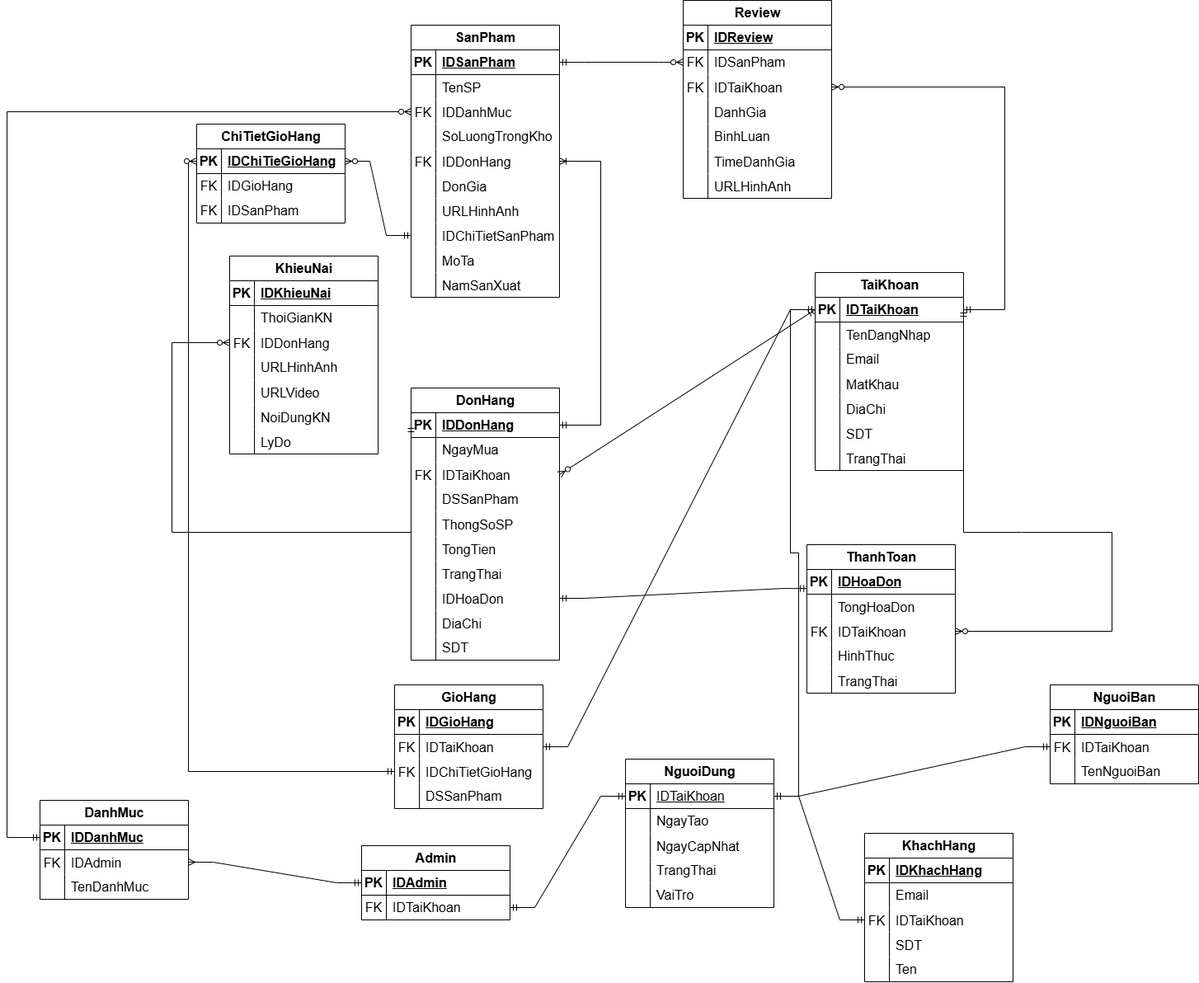
Earlier version of the draw.io export Database Design/erd.drawio.png (hunganh1310/-PTTKHT-E-Commerce-Website). Source tidied: cells renumbered, new cells last; positions are measured from the earlier drawing's top-left corner, leaving out a move shared by most shapes.
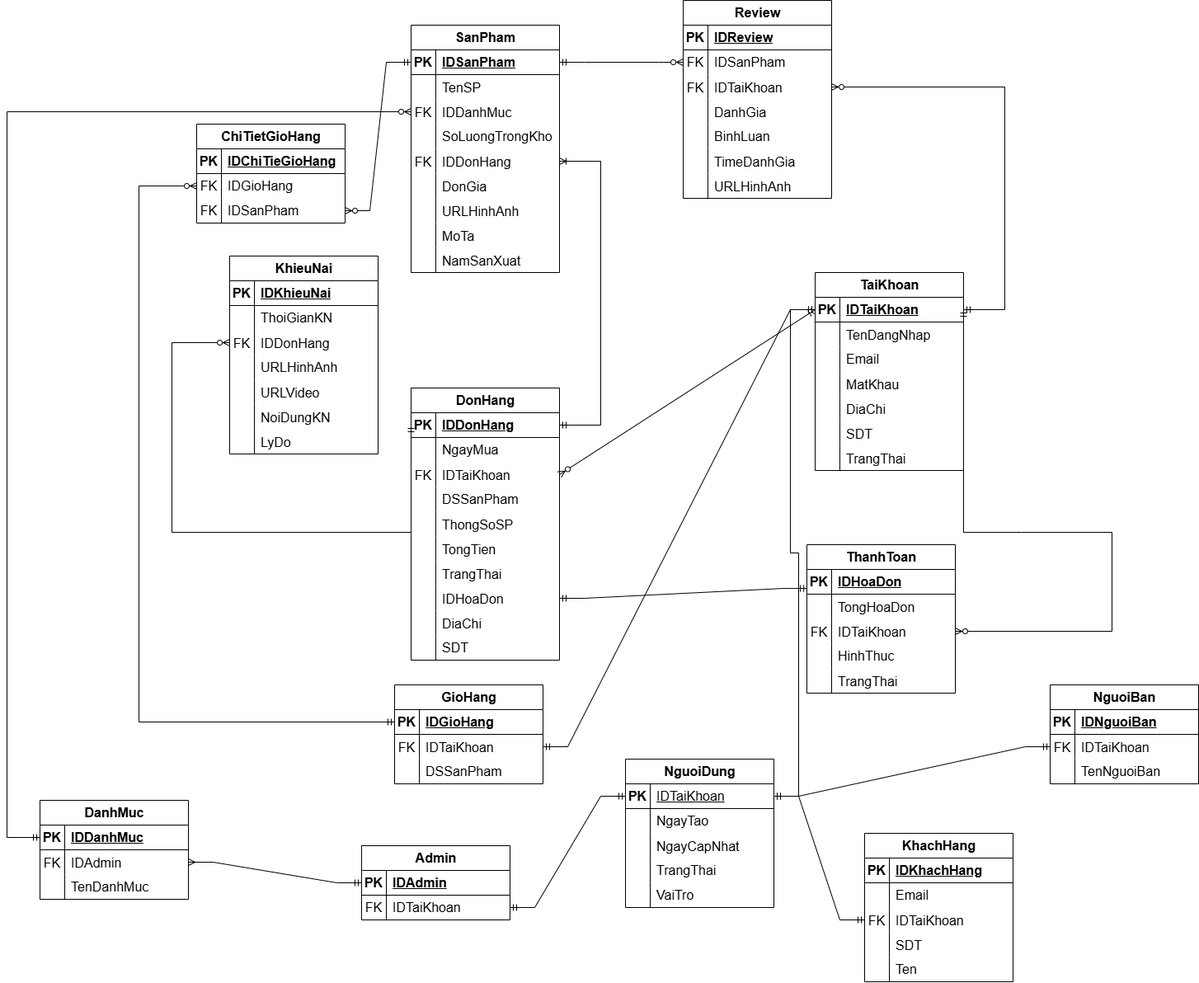
The same diagram one commit later.

Diff of the diagram source:
```diff
@@ -177,7 +177,7 @@
       <mxGeometry x="30" width="150" height="30" as="geometry" />
     </mxCell>
     <mxCell id="60" value="GioHang" style="shape=table;startSize=30;rowLines=0;fontStyle=1;align=center;html=1;fontSize=16;" parent="1" vertex="1">
-      <mxGeometry x="570" y="830" width="180" height="150" as="geometry" />
+      <mxGeometry x="570" y="830" width="180" height="120" as="geometry" />
     </mxCell>
     <mxCell id="61" style="shape=tableRow;horizontal=0;startSize=0;swimlaneHead=0;swimlaneBody=0;fillColor=none;points=[[0,0.5],[1,0.5]];portConstraint=eastwest;top=0;left=0;right=0;bottom=1;fontSize=16;" parent="60" vertex="1">
       <mxGeometry y="30" width="180" height="30" as="geometry" />
@@ -197,17 +197,8 @@
     <mxCell id="66" value="IDTaiKhoan " style="shape=partialRectangle;fillColor=none;top=0;left=0;bottom=0;right=0;align=left;spacingLeft=6;overflow=hidden;fontSize=16;" parent="64" vertex="1">
       <mxGeometry x="30" width="150" height="30" as="geometry" />
     </mxCell>
-    <mxCell id="67" style="shape=tableRow;horizontal=0;startSize=0;swimlaneHead=0;swimlaneBody=0;fillColor=none;points=[[0,0.5],[1,0.5]];portConstraint=eastwest;top=0;left=0;right=0;bottom=0;fontSize=16;" parent="60" vertex="1">
-      <mxGeometry y="90" width="180" height="30" as="geometry" />
-    </mxCell>
-    <mxCell id="68" value="FK" style="shape=partialRectangle;fillColor=none;top=0;left=0;bottom=0;right=0;overflow=hidden;fontSize=16;" parent="67" vertex="1">
-      <mxGeometry width="30" height="30" as="geometry" />
-    </mxCell>
-    <mxCell id="69" value="IDChiTietGioHang" style="shape=partialRectangle;fillColor=none;top=0;left=0;bottom=0;right=0;align=left;spacingLeft=6;overflow=hidden;fontSize=16;" parent="67" vertex="1">
-      <mxGeometry x="30" width="150" height="30" as="geometry" />
-    </mxCell>
     <mxCell id="70" style="shape=tableRow;horizontal=0;startSize=0;swimlaneHead=0;swimlaneBody=0;fillColor=none;top=0;left=0;right=0;bottom=0;fontSize=16;" parent="60" vertex="1">
-      <mxGeometry y="120" width="180" height="30" as="geometry" />
+      <mxGeometry y="90" width="180" height="30" as="geometry" />
     </mxCell>
     <mxCell id="71" style="shape=partialRectangle;fillColor=none;top=0;left=0;bottom=0;right=0;overflow=hidden;whiteSpace=wrap;html=1;fontSize=16;" parent="70" vertex="1">
       <mxGeometry width="30" height="30" as="geometry" />
@@ -489,7 +480,7 @@
       <mxGeometry x="30" width="150" height="30" as="geometry" />
     </mxCell>
     <mxCell id="164" value="SanPham" style="shape=table;startSize=30;rowLines=0;fontStyle=1;align=center;html=1;fontSize=16;" parent="1" vertex="1">
-      <mxGeometry x="590" y="30" width="180" height="330" as="geometry" />
+      <mxGeometry x="590" y="30" width="180" height="300" as="geometry" />
     </mxCell>
     <mxCell id="165" style="shape=tableRow;horizontal=0;startSize=0;swimlaneHead=0;swimlaneBody=0;fillColor=none;points=[[0,0.5],[1,0.5]];portConstraint=eastwest;top=0;left=0;right=0;bottom=1;fontSize=16;" parent="164" vertex="1">
       <mxGeometry y="30" width="180" height="30" as="geometry" />
@@ -554,17 +545,8 @@
     <mxCell id="185" value="URLHinhAnh" style="shape=partialRectangle;fillColor=none;top=0;left=0;bottom=0;right=0;align=left;spacingLeft=6;overflow=hidden;fontSize=16;" parent="183" vertex="1">
       <mxGeometry x="30" width="150" height="30" as="geometry" />
     </mxCell>
-    <mxCell id="186" style="shape=tableRow;horizontal=0;startSize=0;swimlaneHead=0;swimlaneBody=0;fillColor=none;points=[[0,0.5],[1,0.5]];portConstraint=eastwest;top=0;left=0;right=0;bottom=0;fontSize=16;" parent="164" vertex="1">
-      <mxGeometry y="240" width="180" height="30" as="geometry" />
-    </mxCell>
-    <mxCell id="187" style="shape=partialRectangle;fillColor=none;top=0;left=0;bottom=0;right=0;overflow=hidden;fontSize=16;" parent="186" vertex="1">
-      <mxGeometry width="30" height="30" as="geometry" />
-    </mxCell>
-    <mxCell id="188" value="IDChiTietSanPham" style="shape=partialRectangle;fillColor=none;top=0;left=0;bottom=0;right=0;align=left;spacingLeft=6;overflow=hidden;fontSize=16;" parent="186" vertex="1">
-      <mxGeometry x="30" width="150" height="30" as="geometry" />
-    </mxCell>
     <mxCell id="189" style="shape=tableRow;horizontal=0;startSize=0;swimlaneHead=0;swimlaneBody=0;fillColor=none;top=0;left=0;right=0;bottom=0;fontSize=16;" parent="164" vertex="1">
-      <mxGeometry y="270" width="180" height="30" as="geometry" />
+      <mxGeometry y="240" width="180" height="30" as="geometry" />
     </mxCell>
     <mxCell id="190" style="shape=partialRectangle;fillColor=none;top=0;left=0;bottom=0;right=0;overflow=hidden;fontSize=16;" parent="189" vertex="1">
       <mxGeometry width="30" height="30" as="geometry" />
@@ -573,7 +555,7 @@
       <mxGeometry x="30" width="150" height="30" as="geometry" />
     </mxCell>
     <mxCell id="192" style="shape=tableRow;horizontal=0;startSize=0;swimlaneHead=0;swimlaneBody=0;fillColor=none;top=0;left=0;right=0;bottom=0;fontSize=16;" parent="164" vertex="1">
-      <mxGeometry y="300" width="180" height="30" as="geometry" />
+      <mxGeometry y="270" width="180" height="30" as="geometry" />
     </mxCell>
     <mxCell id="193" style="shape=partialRectangle;fillColor=none;top=0;left=0;bottom=0;right=0;overflow=hidden;fontSize=16;" parent="192" vertex="1">
       <mxGeometry width="30" height="30" as="geometry" />
@@ -755,11 +737,16 @@
     <mxCell id="240" value="IDSanPham" style="shape=partialRectangle;fillColor=none;top=0;left=0;bottom=0;right=0;align=left;spacingLeft=6;overflow=hidden;whiteSpace=wrap;html=1;fontSize=16;" parent="238" vertex="1">
       <mxGeometry x="30" width="150" height="30" as="geometry" />
     </mxCell>
-    <mxCell id="241" style="edgeStyle=entityRelationEdgeStyle;fontSize=16;html=1;endArrow=ERzeroToMany;startArrow=ERmandOne;rounded=0;entryX=1;entryY=0.5;entryDx=0;entryDy=0;exitX=0;exitY=0.5;exitDx=0;exitDy=0;" parent="1" edge="1" source="186" target="232">
+    <mxCell id="241" style="edgeStyle=entityRelationEdgeStyle;fontSize=16;html=1;endArrow=ERzeroToMany;startArrow=ERmandOne;rounded=0;entryX=1;entryY=0.5;entryDx=0;entryDy=0;exitX=0;exitY=0.5;exitDx=0;exitDy=0;" parent="1" edge="1" source="165" target="238">
       <mxGeometry relative="1" as="geometry" />
     </mxCell>
-    <mxCell id="242" style="fontSize=16;html=1;endArrow=ERzeroToMany;startArrow=ERmandOne;rounded=0;exitX=0;exitY=0.5;exitDx=0;exitDy=0;entryX=0;entryY=0.5;entryDx=0;entryDy=0;edgeStyle=orthogonalEdgeStyle;" parent="1" edge="1" source="67" target="232">
-      <mxGeometry relative="1" as="geometry" />
+    <mxCell id="242" style="fontSize=16;html=1;endArrow=ERzeroToMany;startArrow=ERmandOne;rounded=0;exitX=0;exitY=0.5;exitDx=0;exitDy=0;entryX=0;entryY=0.5;entryDx=0;entryDy=0;edgeStyle=orthogonalEdgeStyle;" parent="1" edge="1" source="61" target="235">
+      <mxGeometry relative="1" as="geometry">
+        <Array as="points">
+          <mxPoint x="260" y="875" />
+          <mxPoint x="260" y="225" />
+        </Array>
+      </mxGeometry>
     </mxCell>
     <mxCell id="243" style="edgeStyle=orthogonalEdgeStyle;fontSize=16;html=1;endArrow=ERzeroToMany;startArrow=ERmandOne;rounded=0;exitX=1;exitY=0.5;exitDx=0;exitDy=0;entryX=1;entryY=0.5;entryDx=0;entryDy=0;" parent="1" edge="1" source="3" target="111">
       <mxGeometry relative="1" as="geometry">
```
